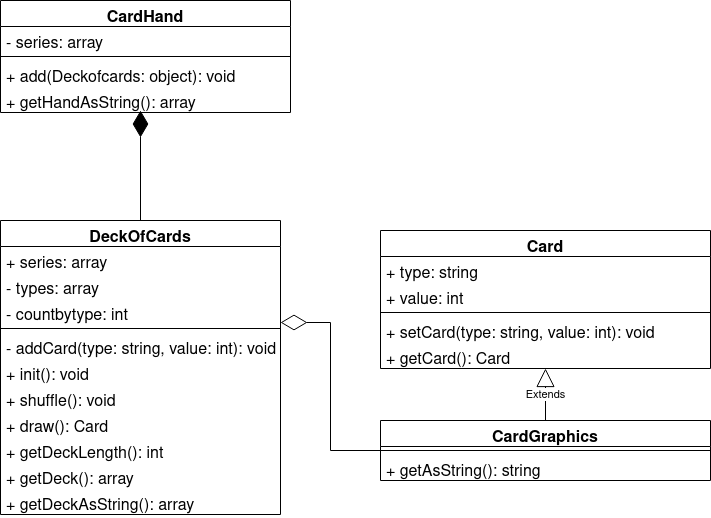
Earlier version of the draw.io export public/img/uml.png (nsbcj/mvc_report). Source tidied: cells renumbered, new cells last; positions are measured from the earlier drawing's top-left corner, leaving out a move shared by most shapes.
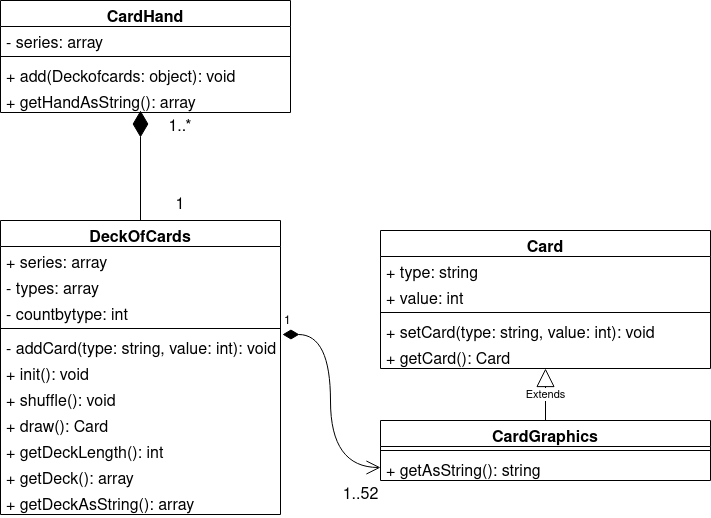
The same diagram one commit later.

What changed in the source:
```diff
@@ -88,14 +88,17 @@
         <mxPoint x="140" y="110" as="targetPoint" />
       </mxGeometry>
     </mxCell>
-    <mxCell id="30" style="endArrow=diamondThin;endFill=0;endSize=24;html=1;rounded=0;exitX=0;exitY=0.5;exitDx=0;exitDy=0;" parent="1" edge="1" source="25">
-      <mxGeometry relative="1" as="geometry">
-        <mxPoint x="280" y="322" as="targetPoint" />
-        <Array as="points">
-          <mxPoint x="330" y="450" />
-          <mxPoint x="330" y="322" />
-        </Array>
-      </mxGeometry>
-    </mxCell>
+    <mxCell id="31" value="1" style="endArrow=open;html=1;endSize=12;startArrow=diamondThin;startSize=14;startFill=1;edgeStyle=orthogonalEdgeStyle;align=left;verticalAlign=bottom;rounded=0;fontSize=12;curved=1;exitX=1.007;exitY=0.077;exitDx=0;exitDy=0;exitPerimeter=0;entryX=0;entryY=0.5;entryDx=0;entryDy=0;" parent="1" edge="1" source="12" target="27">
+      <mxGeometry x="-1" y="3" relative="1" as="geometry" />
+    </mxCell>
+    <mxCell id="32" value="&lt;div&gt;1..52&lt;/div&gt;" style="text;html=1;align=center;verticalAlign=middle;strokeColor=none;fillColor=none;fontSize=16;" parent="1" vertex="1">
+      <mxGeometry x="330" y="480" width="60" height="30" as="geometry" />
+    </mxCell>
+    <mxCell id="33" value="1..*" style="text;html=1;strokeColor=none;fillColor=none;align=center;verticalAlign=middle;whiteSpace=wrap;rounded=0;fontSize=16;" parent="1" vertex="1">
+      <mxGeometry x="150" y="112" width="60" height="30" as="geometry" />
+    </mxCell>
+    <mxCell id="34" value="1" style="text;html=1;strokeColor=none;fillColor=none;align=center;verticalAlign=middle;whiteSpace=wrap;rounded=0;fontSize=16;" parent="1" vertex="1">
+      <mxGeometry x="150" y="190" width="60" height="30" as="geometry" />
+    </mxCell>
   </root>
 </mxGraphModel>
```
